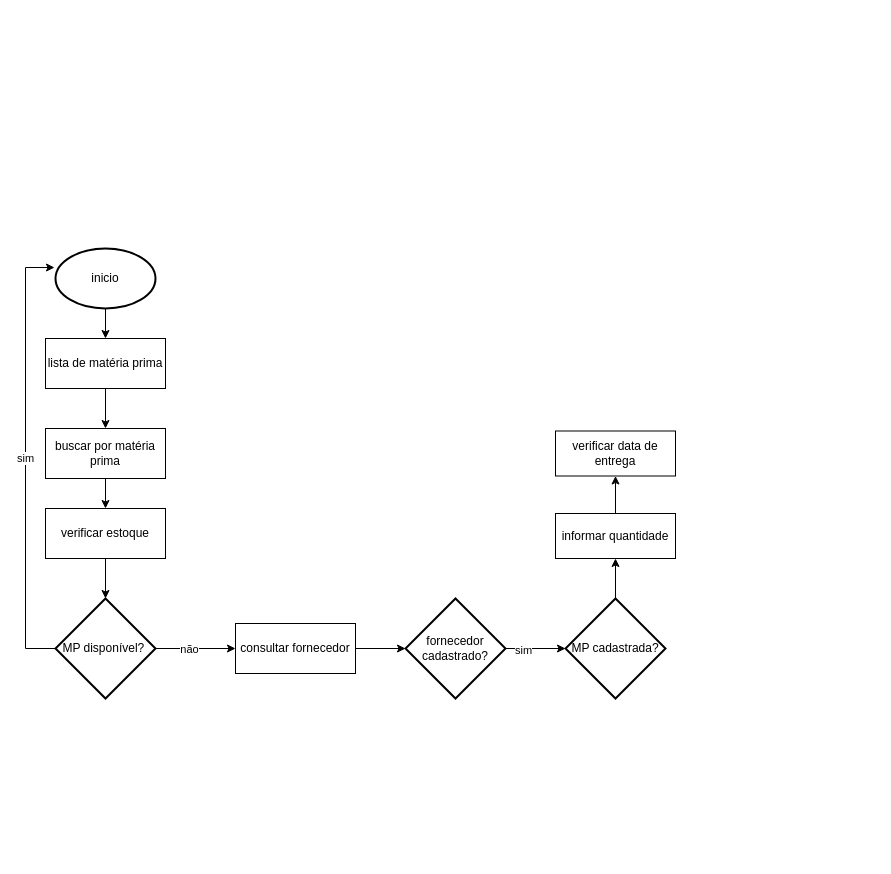
Before: doc/fluxograma.drawio in Marigodoy26/EquipeK, a draw.io diagram. Source tidied: cells renumbered, new cells numbered last; positions are measured from the earlier drawing's top-left corner, leaving out a move shared by most shapes. Both pictures are drawn from the tidied source at 100%, with x=0, y=0 at pixel (25, 248).
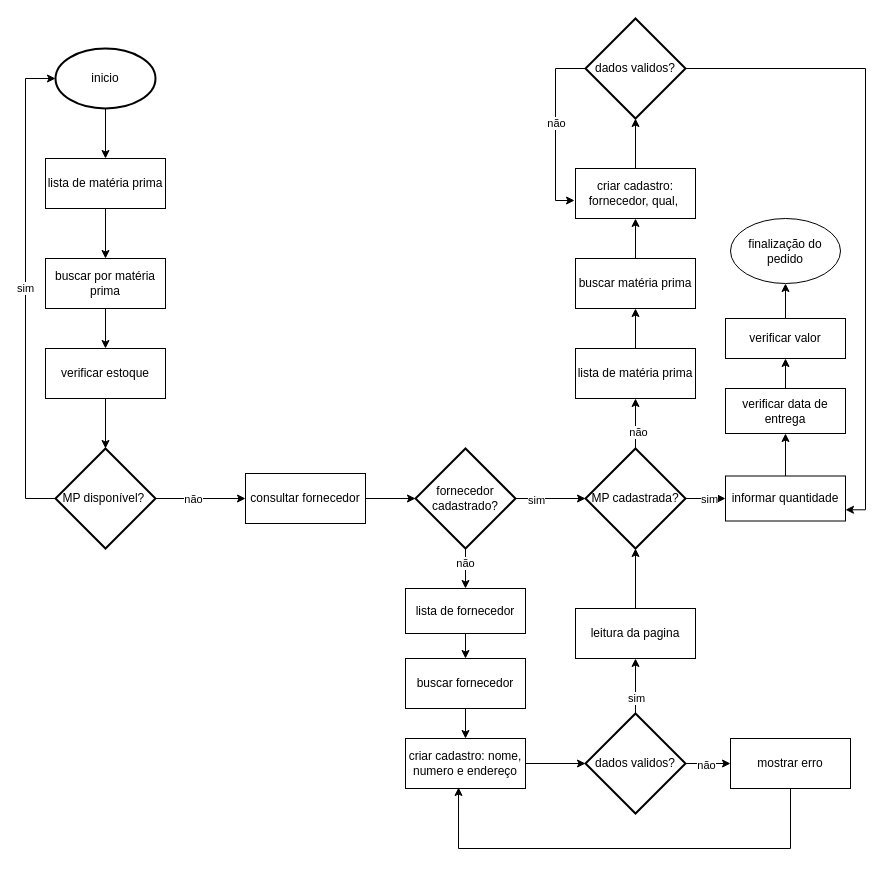
The same diagram, later.

The change refers to these unchanged cells:
```xml
<mxCell id="19" style="edgeStyle=orthogonalEdgeStyle;rounded=0;jettySize=auto;html=1;" parent="1" edge="1" source="20" target="22">
  <mxGeometry relative="1" as="geometry" />
</mxCell>
```

The edit, as a diff of the source:
```diff
@@
     <mxCell id="3" value="inicio" style="strokeWidth=2;html=1;shape=mxgraph.flowchart.start_1;whiteSpace=wrap;" parent="1" vertex="1">
-      <mxGeometry x="30" width="100" height="60" as="geometry" />
+      <mxGeometry x="30" y="-200" width="100" height="60" as="geometry" />
     </mxCell>
@@
     <mxCell id="5" value="buscar por matéria prima" style="rounded=0;whiteSpace=wrap;html=1;" parent="1" vertex="1">
-      <mxGeometry x="20" y="180" width="120" height="50" as="geometry" />
+      <mxGeometry x="20" y="10" width="120" height="50" as="geometry" />
     </mxCell>
@@
     <mxCell id="7" value="lista de matéria prima" style="rounded=0;whiteSpace=wrap;html=1;" parent="1" vertex="1">
-      <mxGeometry x="20" y="90" width="120" height="50" as="geometry" />
+      <mxGeometry x="20" y="-90" width="120" height="50" as="geometry" />
     </mxCell>
@@
     <mxCell id="9" value="verificar estoque" style="rounded=0;whiteSpace=wrap;html=1;" parent="1" vertex="1">
-      <mxGeometry x="20" y="260" width="120" height="50" as="geometry" />
+      <mxGeometry x="20" y="100" width="120" height="50" as="geometry" />
     </mxCell>
@@
     <mxCell id="12" value="MP disponível?&amp;nbsp;" style="strokeWidth=2;html=1;shape=mxgraph.flowchart.decision;whiteSpace=wrap;" parent="1" vertex="1">
-      <mxGeometry x="30" y="350" width="100" height="100" as="geometry" />
+      <mxGeometry x="30" y="200" width="100" height="100" as="geometry" />
     </mxCell>
@@
     <mxCell id="14" value="consultar fornecedor" style="rounded=0;whiteSpace=wrap;html=1;" parent="1" vertex="1">
-      <mxGeometry x="210" y="375" width="120" height="50" as="geometry" />
+      <mxGeometry x="220" y="225" width="120" height="50" as="geometry" />
     </mxCell>
@@
+    <mxCell id="24" style="edgeStyle=orthogonalEdgeStyle;rounded=0;jettySize=auto;html=1;" parent="1" edge="1" source="17" target="34">
+      <mxGeometry relative="1" as="geometry" />
+    </mxCell>
+    <mxCell id="25" value="não" style="edgeLabel;html=1;align=center;verticalAlign=middle;" parent="24" vertex="1">
+      <mxGeometry x="-0.3" y="-1" relative="1" as="geometry" />
+    </mxCell>
     <mxCell id="17" value="fornecedor cadastrado?" style="strokeWidth=2;html=1;shape=mxgraph.flowchart.decision;whiteSpace=wrap;" parent="1" vertex="1">
-      <mxGeometry x="380" y="350" width="100" height="100" as="geometry" />
+      <mxGeometry x="390" y="200" width="100" height="100" as="geometry" />
     </mxCell>
-    <mxCell id="18" value="sim" style="edgeStyle=orthogonalEdgeStyle;rounded=0;jettySize=auto;html=1;entryX=-0.01;entryY=0.317;entryDx=0;entryDy=0;entryPerimeter=0;" parent="1" edge="1" source="12" target="3">
-      <mxGeometry relative="1" as="geometry">
-        <Array as="points">
-          <mxPoint y="400" />
-          <mxPoint y="19" />
-        </Array>
-      </mxGeometry>
-    </mxCell>
@@
+    <mxCell id="26" value="sim" style="edgeLabel;html=1;align=center;verticalAlign=middle;" parent="19" vertex="1">
+      <mxGeometry x="0.16" relative="1" as="geometry" />
+    </mxCell>
+    <mxCell id="27" style="edgeStyle=orthogonalEdgeStyle;rounded=0;jettySize=auto;html=1;" parent="1" edge="1" source="20" target="49">
+      <mxGeometry relative="1" as="geometry" />
+    </mxCell>
+    <mxCell id="28" value="não" style="edgeLabel;html=1;align=center;verticalAlign=middle;" parent="27" vertex="1">
+      <mxGeometry x="-0.32" y="-2" relative="1" as="geometry" />
+    </mxCell>
     <mxCell id="20" value="MP cadastrada?" style="strokeWidth=2;html=1;shape=mxgraph.flowchart.decision;whiteSpace=wrap;" parent="1" vertex="1">
-      <mxGeometry x="540" y="350" width="100" height="100" as="geometry" />
+      <mxGeometry x="560" y="200" width="100" height="100" as="geometry" />
     </mxCell>
@@
     <mxCell id="22" value="informar quantidade" style="rounded=0;whiteSpace=wrap;html=1;" parent="1" vertex="1">
-      <mxGeometry x="530" y="265" width="120" height="45" as="geometry" />
+      <mxGeometry x="700" y="227.5" width="120" height="45" as="geometry" />
     </mxCell>
+    <mxCell id="29" style="edgeStyle=orthogonalEdgeStyle;rounded=0;jettySize=auto;html=1;" parent="1" edge="1" source="23" target="31">
+      <mxGeometry relative="1" as="geometry" />
+    </mxCell>
     <mxCell id="23" value="verificar data de entrega" style="rounded=0;whiteSpace=wrap;html=1;" parent="1" vertex="1">
-      <mxGeometry x="530" y="182.5" width="120" height="45" as="geometry" />
+      <mxGeometry x="700" y="140" width="120" height="45" as="geometry" />
     </mxCell>
+    <mxCell id="18" value="sim" style="edgeStyle=orthogonalEdgeStyle;rounded=0;jettySize=auto;html=1;exitX=0;exitY=0.5;exitDx=0;exitDy=0;exitPerimeter=0;entryX=0;entryY=0.5;entryDx=0;entryDy=0;entryPerimeter=0;" parent="1" edge="1" source="12" target="3">
+      <mxGeometry relative="1" as="geometry">
+        <Array as="points">
+          <mxPoint y="250" />
+          <mxPoint y="-170" />
+        </Array>
+      </mxGeometry>
+    </mxCell>
+    <mxCell id="30" style="edgeStyle=orthogonalEdgeStyle;rounded=0;jettySize=auto;html=1;" parent="1" edge="1" source="31" target="32">
+      <mxGeometry relative="1" as="geometry" />
+    </mxCell>
+    <mxCell id="31" value="verificar valor" style="rounded=0;whiteSpace=wrap;html=1;" parent="1" vertex="1">
+      <mxGeometry x="700" y="70" width="120" height="40" as="geometry" />
+    </mxCell>
+    <mxCell id="32" value="finalização do pedido" style="ellipse;whiteSpace=wrap;html=1;" parent="1" vertex="1">
+      <mxGeometry x="705" y="-30" width="110" height="65" as="geometry" />
+    </mxCell>
+    <mxCell id="33" style="edgeStyle=orthogonalEdgeStyle;rounded=0;jettySize=auto;html=1;" parent="1" edge="1" source="34" target="36">
+      <mxGeometry relative="1" as="geometry" />
+    </mxCell>
+    <mxCell id="34" value="lista de fornecedor" style="rounded=0;whiteSpace=wrap;html=1;" parent="1" vertex="1">
+      <mxGeometry x="380" y="340" width="120" height="45" as="geometry" />
+    </mxCell>
+    <mxCell id="35" style="edgeStyle=orthogonalEdgeStyle;rounded=0;jettySize=auto;html=1;" parent="1" edge="1" source="36" target="38">
+      <mxGeometry relative="1" as="geometry" />
+    </mxCell>
+    <mxCell id="36" value="buscar fornecedor" style="rounded=0;whiteSpace=wrap;html=1;" parent="1" vertex="1">
+      <mxGeometry x="380" y="410" width="120" height="50" as="geometry" />
+    </mxCell>
+    <mxCell id="37" style="edgeStyle=orthogonalEdgeStyle;rounded=0;jettySize=auto;html=1;" parent="1" edge="1" source="38" target="43">
+      <mxGeometry relative="1" as="geometry" />
+    </mxCell>
+    <mxCell id="38" value="criar cadastro: nome, numero e endereço" style="rounded=0;whiteSpace=wrap;html=1;" parent="1" vertex="1">
+      <mxGeometry x="380" y="490" width="120" height="50" as="geometry" />
+    </mxCell>
+    <mxCell id="39" style="edgeStyle=orthogonalEdgeStyle;rounded=0;jettySize=auto;html=1;" parent="1" edge="1" source="43" target="44">
+      <mxGeometry relative="1" as="geometry" />
+    </mxCell>
+    <mxCell id="40" value="não" style="edgeLabel;html=1;align=center;verticalAlign=middle;" parent="39" vertex="1">
+      <mxGeometry x="-0.11" y="-1" relative="1" as="geometry" />
+    </mxCell>
+    <mxCell id="41" style="edgeStyle=orthogonalEdgeStyle;rounded=0;jettySize=auto;html=1;" parent="1" edge="1" source="43" target="47">
+      <mxGeometry relative="1" as="geometry" />
+    </mxCell>
+    <mxCell id="42" value="sim" style="edgeLabel;html=1;align=center;verticalAlign=middle;" parent="41" vertex="1">
+      <mxGeometry x="-0.42" relative="1" as="geometry" />
+    </mxCell>
+    <mxCell id="43" value="dados validos?" style="strokeWidth=2;html=1;shape=mxgraph.flowchart.decision;whiteSpace=wrap;" parent="1" vertex="1">
+      <mxGeometry x="560" y="465" width="100" height="100" as="geometry" />
+    </mxCell>
+    <mxCell id="44" value="mostrar erro" style="rounded=0;whiteSpace=wrap;html=1;" parent="1" vertex="1">
+      <mxGeometry x="705" y="490" width="120" height="50" as="geometry" />
+    </mxCell>
+    <mxCell id="45" style="edgeStyle=orthogonalEdgeStyle;rounded=0;jettySize=auto;html=1;exitX=0.5;exitY=1;exitDx=0;exitDy=0;entryX=0.442;entryY=0.98;entryDx=0;entryDy=0;entryPerimeter=0;" parent="1" edge="1" source="44" target="38">
+      <mxGeometry relative="1" as="geometry">
+        <Array as="points">
+          <mxPoint x="765" y="600" />
+          <mxPoint x="433" y="600" />
+        </Array>
+      </mxGeometry>
+    </mxCell>
+    <mxCell id="46" style="edgeStyle=orthogonalEdgeStyle;rounded=0;jettySize=auto;html=1;" parent="1" edge="1" source="47" target="20">
+      <mxGeometry relative="1" as="geometry" />
+    </mxCell>
+    <mxCell id="47" value="leitura da pagina" style="rounded=0;whiteSpace=wrap;html=1;" parent="1" vertex="1">
+      <mxGeometry x="550" y="360" width="120" height="50" as="geometry" />
+    </mxCell>
+    <mxCell id="48" style="edgeStyle=orthogonalEdgeStyle;rounded=0;jettySize=auto;html=1;" parent="1" edge="1" source="49" target="51">
+      <mxGeometry relative="1" as="geometry" />
+    </mxCell>
+    <mxCell id="49" value="lista de matéria prima" style="rounded=0;whiteSpace=wrap;html=1;" parent="1" vertex="1">
+      <mxGeometry x="550" y="100" width="120" height="50" as="geometry" />
+    </mxCell>
+    <mxCell id="50" style="edgeStyle=orthogonalEdgeStyle;rounded=0;jettySize=auto;html=1;" parent="1" edge="1" source="51" target="53">
+      <mxGeometry relative="1" as="geometry" />
+    </mxCell>
+    <mxCell id="51" value="buscar matéria prima" style="rounded=0;whiteSpace=wrap;html=1;" parent="1" vertex="1">
+      <mxGeometry x="550" y="10" width="120" height="50" as="geometry" />
+    </mxCell>
+    <mxCell id="52" style="edgeStyle=orthogonalEdgeStyle;rounded=0;jettySize=auto;html=1;" parent="1" edge="1" source="53" target="55">
+      <mxGeometry relative="1" as="geometry" />
+    </mxCell>
+    <mxCell id="53" value="criar cadastro: fornecedor, qual,&amp;nbsp;" style="rounded=0;whiteSpace=wrap;html=1;" parent="1" vertex="1">
+      <mxGeometry x="550" y="-80" width="120" height="50" as="geometry" />
+    </mxCell>
+    <mxCell id="54" style="edgeStyle=orthogonalEdgeStyle;rounded=0;jettySize=auto;html=1;entryX=1;entryY=0.75;entryDx=0;entryDy=0;" parent="1" edge="1" source="55" target="22">
+      <mxGeometry relative="1" as="geometry" />
+    </mxCell>
+    <mxCell id="55" value="dados validos?" style="strokeWidth=2;html=1;shape=mxgraph.flowchart.decision;whiteSpace=wrap;" parent="1" vertex="1">
+      <mxGeometry x="560" y="-230" width="100" height="100" as="geometry" />
+    </mxCell>
+    <mxCell id="56" style="edgeStyle=orthogonalEdgeStyle;rounded=0;jettySize=auto;html=1;entryX=-0.008;entryY=0.64;entryDx=0;entryDy=0;entryPerimeter=0;" parent="1" edge="1" source="55" target="53">
+      <mxGeometry relative="1" as="geometry">
+        <Array as="points">
+          <mxPoint x="530" y="-180" />
+          <mxPoint x="530" y="-48" />
+        </Array>
+      </mxGeometry>
+    </mxCell>
+    <mxCell id="57" value="não" style="edgeLabel;html=1;align=center;verticalAlign=middle;" parent="56" vertex="1">
+      <mxGeometry x="-0.07" relative="1" as="geometry" />
+    </mxCell>
```
